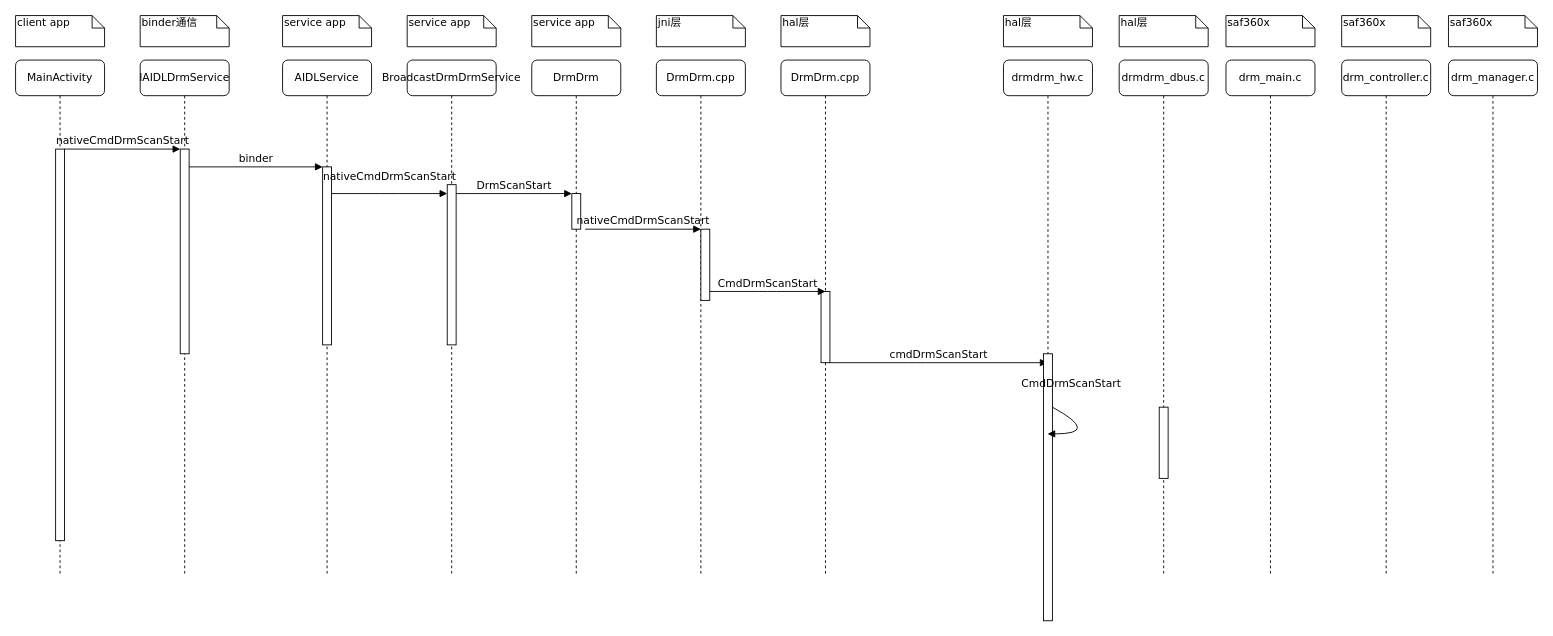
Above: drm时序图.drawio in xuleixie/diagram (draw.io), before the change. Source tidied: cells renumbered, new cells numbered last; positions are measured from the earlier drawing's top-left corner, leaving out a move shared by most shapes. Both pictures are drawn from the tidied source at 89%, with x=0, y=0 at pixel (15, 15).
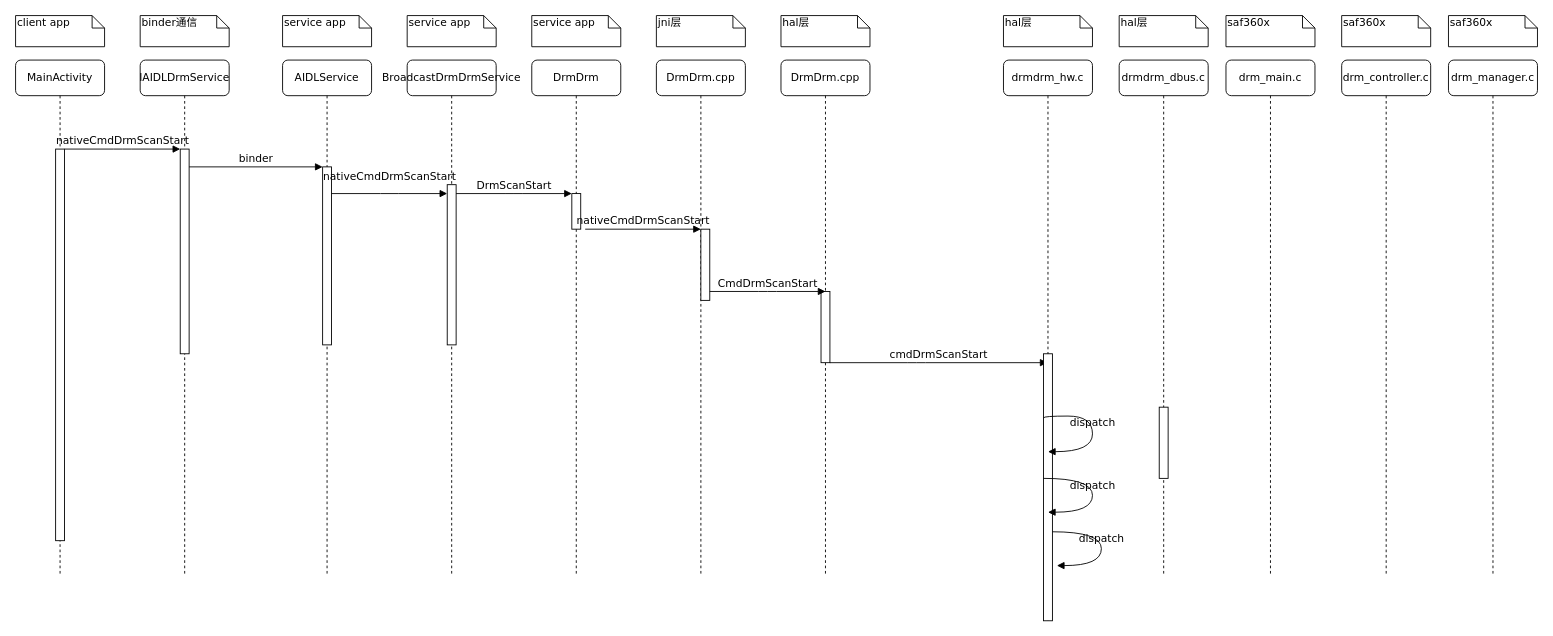
The same page after the edit.

Commit message:
更新drm时序图.drawio

The change refers to these unchanged cells:
```xml
<mxCell id="27" value="drmdrm_hw.c" style="shape=umlLifeline;perimeter=lifelinePerimeter;whiteSpace=wrap;html=1;outlineConnect=0;rounded=1;shadow=0;comic=0;labelBackgroundColor=none;strokeWidth=1;fontFamily=Verdana;fontSize=12;align=center;" parent="1" vertex="1">
  <mxGeometry x="1110" y="50" width="100" height="630" as="geometry" />
</mxCell>
```

What changed in the source:
```diff
@@
+    <mxCell id="43" value="dispatch" style="html=1;verticalAlign=bottom;endArrow=block;labelBackgroundColor=none;fontFamily=Verdana;fontSize=12;elbow=vertical;edgeStyle=orthogonalEdgeStyle;curved=1;entryX=1;entryY=0.286;entryPerimeter=0;exitX=1.038;exitY=0.345;exitPerimeter=0;" parent="27" edge="1">
+      <mxGeometry relative="1" as="geometry">
+        <mxPoint x="45" y="402" as="sourcePoint" />
+        <mxPoint x="50" y="440" as="targetPoint" />
+        <Array as="points">
+          <mxPoint x="45" y="400" />
+          <mxPoint x="100" y="400" />
+          <mxPoint x="100" y="440" />
+        </Array>
+      </mxGeometry>
+    </mxCell>
+    <mxCell id="44" value="dispatch" style="html=1;verticalAlign=bottom;endArrow=block;labelBackgroundColor=none;fontFamily=Verdana;fontSize=12;elbow=vertical;edgeStyle=orthogonalEdgeStyle;curved=1;entryX=1;entryY=0.286;entryPerimeter=0;exitX=1.038;exitY=0.345;exitPerimeter=0;" parent="27" edge="1">
+      <mxGeometry relative="1" as="geometry">
+        <mxPoint x="55" y="530" as="sourcePoint" />
+        <mxPoint x="60" y="568" as="targetPoint" />
+        <Array as="points">
+          <mxPoint x="110" y="530" />
+          <mxPoint x="110" y="568" />
+        </Array>
+      </mxGeometry>
+    </mxCell>
+    <mxCell id="45" value="dispatch" style="html=1;verticalAlign=bottom;endArrow=block;labelBackgroundColor=none;fontFamily=Verdana;fontSize=12;elbow=vertical;edgeStyle=orthogonalEdgeStyle;curved=1;entryX=1;entryY=0.286;entryPerimeter=0;exitX=1.038;exitY=0.345;exitPerimeter=0;" parent="27" edge="1">
+      <mxGeometry relative="1" as="geometry">
+        <mxPoint x="45" y="470" as="sourcePoint" />
+        <mxPoint x="50" y="508" as="targetPoint" />
+        <Array as="points">
+          <mxPoint x="100" y="470" />
+          <mxPoint x="100" y="508" />
+        </Array>
+      </mxGeometry>
+    </mxCell>
@@
-    <mxCell id="42" value="CmdDrmScanStart" style="html=1;verticalAlign=bottom;endArrow=block;labelBackgroundColor=none;fontFamily=Verdana;fontSize=12;edgeStyle=elbowEdgeStyle;elbow=vertical;curved=1;" parent="1" edge="1" target="27">
-      <mxGeometry x="-0.84" y="25" relative="1" as="geometry">
-        <mxPoint x="1165" y="440" as="sourcePoint" />
-        <Array as="points">
-          <mxPoint x="1220" y="470" />
-          <mxPoint x="1230" y="490" />
-          <mxPoint x="1320" y="520" />
-          <mxPoint x="1250" y="440" />
-        </Array>
-      </mxGeometry>
-    </mxCell>
```
